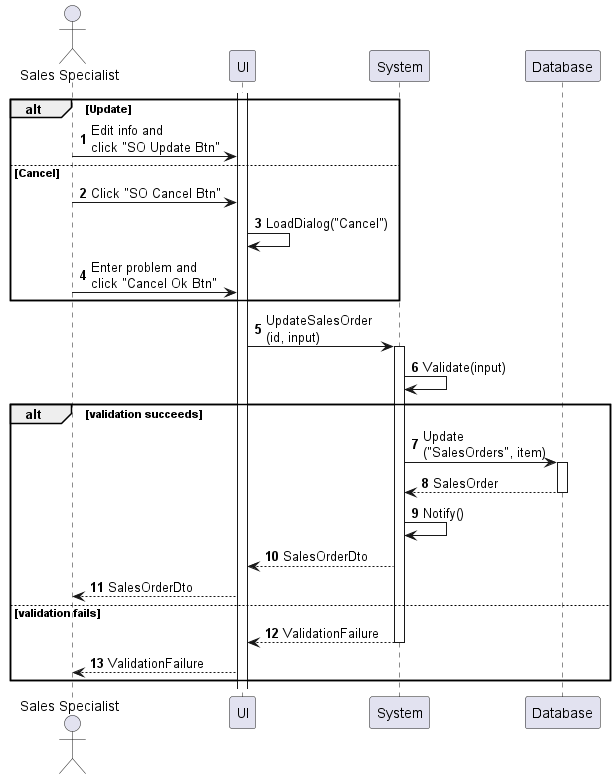
Earlier version of the PlantUML export sequences/sales-order-update.png (phihungha/scmss-reqs).
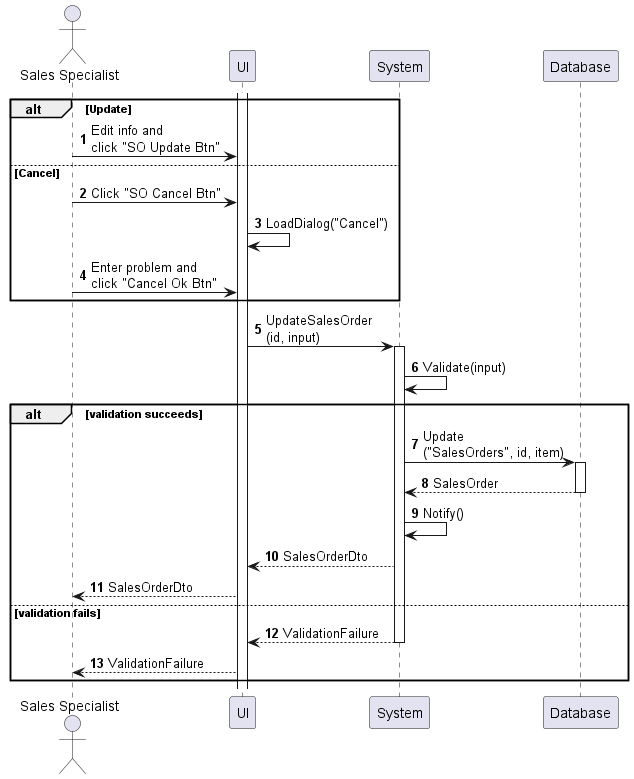
Later version of the same file.

What changed in the source:
```diff
@@ -21,7 +21,7 @@
 b -> b : Validate(input)
 
 alt validation succeeds
-    b -> d : Update\n("SalesOrders", item)
+    b -> d : Update\n("SalesOrders", id, item)
     activate d
     return SalesOrder
     b -> b : Notify()
```
